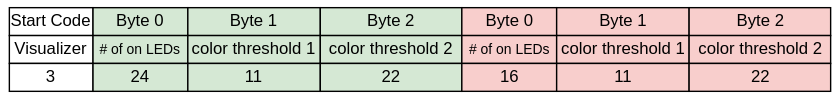
The draw.io diagram visualizer.drawio.svg in jfcbooth/block_diagrams, before a commit. Source tidied: cells renumbered, new cells last; positions are measured from the earlier drawing's top-left corner, leaving out a move shared by most shapes.
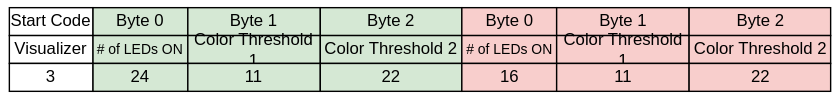
After the change.

The edit, as a diff of the source:
```diff
@@ -17,13 +17,13 @@
     <mxCell id="6" value="Visualizer" style="rounded=0;whiteSpace=wrap;html=1;" parent="1" vertex="1">
       <mxGeometry y="20" width="60" height="20" as="geometry" />
     </mxCell>
-    <mxCell id="7" value="&lt;font style=&quot;font-size: 10px;&quot;&gt;# of on LEDs&lt;/font&gt;" style="rounded=0;whiteSpace=wrap;html=1;fillColor=#d5e8d4;strokeColor=#000000;" parent="1" vertex="1">
+    <mxCell id="7" value="&lt;font style=&quot;font-size: 10px;&quot;&gt;# of LEDs ON&lt;br&gt;&lt;/font&gt;" style="rounded=0;whiteSpace=wrap;html=1;fillColor=#d5e8d4;strokeColor=#000000;" parent="1" vertex="1">
       <mxGeometry x="60" y="20" width="68" height="20" as="geometry" />
     </mxCell>
-    <mxCell id="8" value="color threshold 1" style="rounded=0;whiteSpace=wrap;html=1;fillColor=#d5e8d4;strokeColor=#000000;" parent="1" vertex="1">
+    <mxCell id="8" value="Color Threshold 1" style="rounded=0;whiteSpace=wrap;html=1;fillColor=#d5e8d4;strokeColor=#000000;" parent="1" vertex="1">
       <mxGeometry x="128" y="20" width="95" height="20" as="geometry" />
     </mxCell>
-    <mxCell id="9" value="color threshold 2" style="rounded=0;whiteSpace=wrap;html=1;fillColor=#d5e8d4;strokeColor=#000000;" parent="1" vertex="1">
+    <mxCell id="9" value="Color Threshold 2" style="rounded=0;whiteSpace=wrap;html=1;fillColor=#d5e8d4;strokeColor=#000000;" parent="1" vertex="1">
       <mxGeometry x="223" y="20" width="101.5" height="20" as="geometry" />
     </mxCell>
     <mxCell id="10" value="3" style="rounded=0;whiteSpace=wrap;html=1;" parent="1" vertex="1">
@@ -47,13 +47,13 @@
     <mxCell id="16" value="Byte 2" style="rounded=0;whiteSpace=wrap;html=1;fillColor=#f8cecc;strokeColor=#000000;" parent="1" vertex="1">
       <mxGeometry x="487.5" width="101.5" height="20" as="geometry" />
     </mxCell>
-    <mxCell id="17" value="&lt;font style=&quot;font-size: 10px;&quot;&gt;# of on LEDs&lt;/font&gt;" style="rounded=0;whiteSpace=wrap;html=1;fillColor=#f8cecc;strokeColor=#000000;" parent="1" vertex="1">
+    <mxCell id="17" value="&lt;font style=&quot;font-size: 10px;&quot;&gt;# of LEDs ON&lt;br&gt;&lt;/font&gt;" style="rounded=0;whiteSpace=wrap;html=1;fillColor=#f8cecc;strokeColor=#000000;" parent="1" vertex="1">
       <mxGeometry x="324.5" y="20" width="68" height="20" as="geometry" />
     </mxCell>
-    <mxCell id="18" value="color threshold 1" style="rounded=0;whiteSpace=wrap;html=1;fillColor=#f8cecc;strokeColor=#000000;" parent="1" vertex="1">
+    <mxCell id="18" value="Color Threshold 1" style="rounded=0;whiteSpace=wrap;html=1;fillColor=#f8cecc;strokeColor=#000000;" parent="1" vertex="1">
       <mxGeometry x="392.5" y="20" width="95" height="20" as="geometry" />
     </mxCell>
-    <mxCell id="19" value="color threshold 2" style="rounded=0;whiteSpace=wrap;html=1;fillColor=#f8cecc;strokeColor=#000000;" parent="1" vertex="1">
+    <mxCell id="19" value="Color Threshold 2" style="rounded=0;whiteSpace=wrap;html=1;fillColor=#f8cecc;strokeColor=#000000;" parent="1" vertex="1">
       <mxGeometry x="487.5" y="20" width="101.5" height="20" as="geometry" />
     </mxCell>
     <mxCell id="20" value="16" style="rounded=0;whiteSpace=wrap;html=1;fillColor=#f8cecc;strokeColor=#000000;" parent="1" vertex="1">
```
